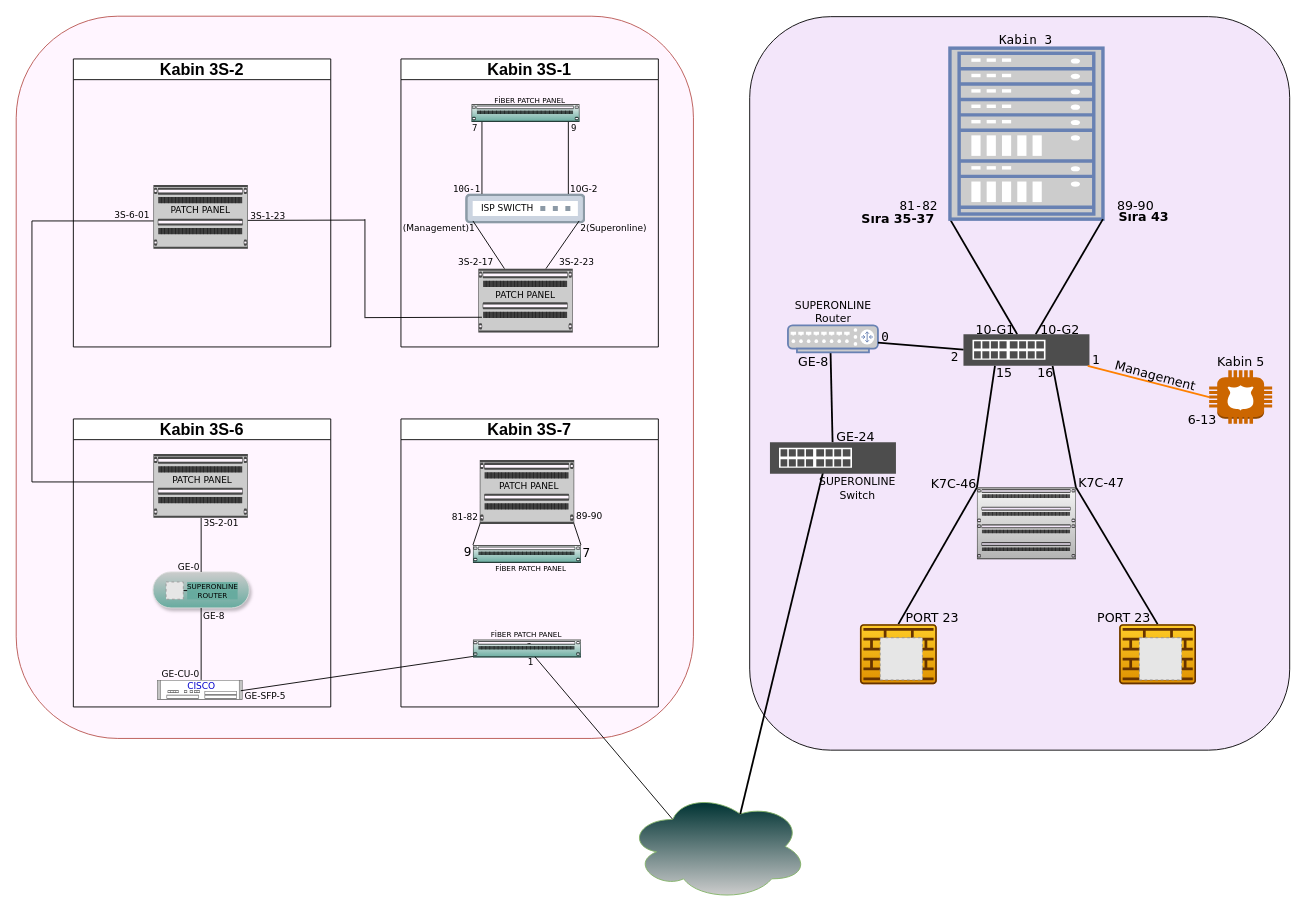
Before: Başlıksız Diyagram.drawio in seozdemir/draw.io, a draw.io diagram. Source tidied: cells renumbered, new cells numbered last; positions are measured from the earlier drawing's top-left corner, leaving out a move shared by most shapes. Both pictures are drawn from the tidied source at 90%, with x=0, y=0 at pixel (-6, 26). Pictures stored in the file or linked from it are replaced by grey dashed boxes.
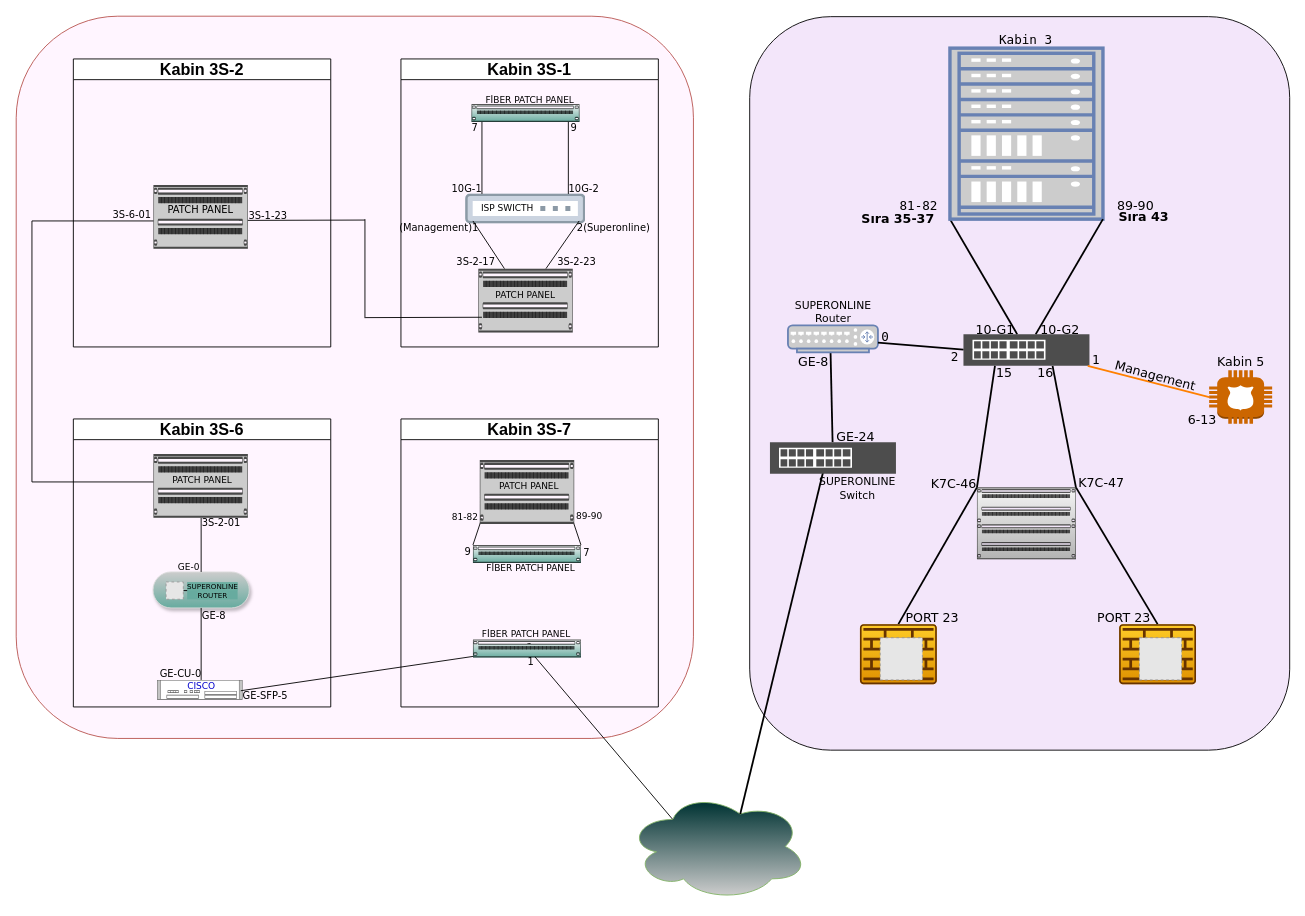
Above is the later version.

Unchanged cells that the change refers to:
```xml
<mxCell id="50" value="Kabin 3S-7" style="swimlane;whiteSpace=wrap;html=1;fontSize=18;" parent="1" vertex="1">
  <mxGeometry x="452" y="436" width="286" height="320" as="geometry" />
</mxCell>
<mxCell id="81" value="Kabin 3S-2" style="swimlane;whiteSpace=wrap;html=1;fontSize=18;" parent="1" vertex="1">
  <mxGeometry x="88" y="36" width="286" height="320" as="geometry" />
</mxCell>
<mxCell id="89" value="Kabin 3S-1" style="swimlane;whiteSpace=wrap;html=1;fontSize=18;" parent="1" vertex="1">
  <mxGeometry x="452" y="36" width="286" height="320" as="geometry" />
</mxCell>
```

What changed in the source:
```diff
@@
-    <mxCell id="54" value="&lt;font face=&quot;Lucida Console&quot; style=&quot;font-size: 14px;&quot;&gt;9&lt;/font&gt;" style="text;html=1;align=center;verticalAlign=middle;strokeColor=none;fillColor=none;" parent="50" vertex="1">
+    <mxCell id="54" value="&lt;font face=&quot;Verdana&quot; style=&quot;font-size: 11px;&quot;&gt;9&lt;/font&gt;" style="text;html=1;align=center;verticalAlign=middle;strokeColor=none;fillColor=none;" parent="50" vertex="1">
       <mxGeometry x="59" y="133" width="30" height="30" as="geometry" />
     </mxCell>
@@
-    <mxCell id="56" value="&lt;font face=&quot;Verdana&quot; style=&quot;font-size: 10px;&quot;&gt;1&lt;/font&gt;" style="text;html=1;align=center;verticalAlign=middle;strokeColor=none;fillColor=none;" parent="50" vertex="1">
+    <mxCell id="56" value="&lt;font face=&quot;Verdana&quot; style=&quot;font-size: 11px;&quot;&gt;1&lt;/font&gt;" style="text;html=1;align=center;verticalAlign=middle;strokeColor=none;fillColor=none;" parent="50" vertex="1">
       <mxGeometry x="129" y="255" width="30" height="30" as="geometry" />
     </mxCell>
-    <mxCell id="57" value="&lt;font style=&quot;font-size: 8px;&quot; face=&quot;Verdana&quot;&gt;FİBER PATCH PANEL&lt;/font&gt;" style="text;html=1;align=center;verticalAlign=middle;strokeColor=none;fillColor=none;" parent="50" vertex="1">
-      <mxGeometry x="94" y="150" width="100" height="30" as="geometry" />
+    <mxCell id="57" value="&lt;font style=&quot;font-size: 10px;&quot; face=&quot;Verdana&quot;&gt;FİBER PATCH PANEL&lt;/font&gt;" style="text;html=1;align=center;verticalAlign=middle;strokeColor=none;fillColor=none;" parent="50" vertex="1">
+      <mxGeometry x="79" y="150" width="130" height="30" as="geometry" />
     </mxCell>
@@
-    <mxCell id="62" value="&lt;font face=&quot;Lucida Console&quot; style=&quot;font-size: 14px;&quot;&gt;7&lt;/font&gt;" style="text;html=1;align=center;verticalAlign=middle;strokeColor=none;fillColor=none;" parent="1" vertex="1">
+    <mxCell id="62" value="&lt;font face=&quot;Verdana&quot; style=&quot;font-size: 11px;&quot;&gt;7&lt;/font&gt;" style="text;html=1;align=center;verticalAlign=middle;strokeColor=none;fillColor=none;" parent="1" vertex="1">
       <mxGeometry x="643.1" y="569.5" width="30" height="30" as="geometry" />
     </mxCell>
@@
-    <mxCell id="73" value="&lt;font face=&quot;Verdana&quot; style=&quot;font-size: 10px;&quot;&gt;GE-SFP-5&lt;/font&gt;" style="text;html=1;align=center;verticalAlign=middle;strokeColor=none;fillColor=none;" parent="1" vertex="1">
-      <mxGeometry x="266" y="729" width="70" height="30" as="geometry" />
+    <mxCell id="73" value="&lt;font face=&quot;Verdana&quot; style=&quot;font-size: 11px;&quot;&gt;GE-SFP-5&lt;/font&gt;" style="text;html=1;align=center;verticalAlign=middle;strokeColor=none;fillColor=none;" parent="1" vertex="1">
+      <mxGeometry x="261" y="729" width="80" height="30" as="geometry" />
     </mxCell>
@@
-    <mxCell id="76" value="&lt;font face=&quot;Verdana&quot; style=&quot;font-size: 10px;&quot;&gt;GE-CU-0&lt;/font&gt;" style="text;html=1;align=center;verticalAlign=middle;strokeColor=none;fillColor=none;" parent="1" vertex="1">
+    <mxCell id="76" value="&lt;font face=&quot;Verdana&quot; style=&quot;font-size: 11px;&quot;&gt;GE-CU-0&lt;/font&gt;" style="text;html=1;align=center;verticalAlign=middle;strokeColor=none;fillColor=none;" parent="1" vertex="1">
       <mxGeometry x="172" y="704" width="70" height="30" as="geometry" />
     </mxCell>
-    <mxCell id="77" value="&lt;font face=&quot;Verdana&quot; style=&quot;font-size: 10px;&quot;&gt;GE-8&lt;/font&gt;" style="text;html=1;align=center;verticalAlign=middle;strokeColor=none;fillColor=none;" parent="1" vertex="1">
+    <mxCell id="77" value="&lt;font face=&quot;Verdana&quot; style=&quot;font-size: 11px;&quot;&gt;GE-8&lt;/font&gt;" style="text;html=1;align=center;verticalAlign=middle;strokeColor=none;fillColor=none;" parent="1" vertex="1">
       <mxGeometry x="219" y="640" width="50" height="30" as="geometry" />
     </mxCell>
@@
-    <mxCell id="80" value="&lt;span style=&quot;font-size: 10px;&quot;&gt;&lt;font face=&quot;Verdana&quot;&gt;3S-2-01&lt;/font&gt;&lt;/span&gt;" style="text;html=1;align=center;verticalAlign=middle;strokeColor=none;fillColor=none;" parent="1" vertex="1">
-      <mxGeometry x="222" y="536.5" width="60" height="30" as="geometry" />
+    <mxCell id="80" value="&lt;font style=&quot;font-size: 11px;&quot; face=&quot;Verdana&quot;&gt;3S-2-01&lt;/font&gt;" style="text;html=1;align=center;verticalAlign=middle;strokeColor=none;fillColor=none;" parent="1" vertex="1">
+      <mxGeometry x="217" y="536.5" width="70" height="30" as="geometry" />
     </mxCell>
@@
-    <mxCell id="83" value="&lt;span style=&quot;font-size: 10px;&quot;&gt;&lt;font face=&quot;Verdana&quot;&gt;3S-6-01&lt;/font&gt;&lt;/span&gt;" style="text;html=1;align=center;verticalAlign=middle;strokeColor=none;fillColor=none;" parent="81" vertex="1">
-      <mxGeometry x="35" y="158" width="60" height="30" as="geometry" />
+    <mxCell id="83" value="&lt;font style=&quot;font-size: 11px;&quot; face=&quot;Verdana&quot;&gt;3S-6-01&lt;/font&gt;" style="text;html=1;align=center;verticalAlign=middle;strokeColor=none;fillColor=none;" parent="81" vertex="1">
+      <mxGeometry x="30" y="158" width="70" height="30" as="geometry" />
     </mxCell>
@@
-    <mxCell id="93" value="&lt;font face=&quot;Lucida Console&quot; style=&quot;font-size: 10px;&quot;&gt;7&lt;/font&gt;" style="text;html=1;align=center;verticalAlign=middle;strokeColor=none;fillColor=none;" parent="89" vertex="1">
+    <mxCell id="93" value="&lt;font face=&quot;Verdana&quot; style=&quot;font-size: 11px;&quot;&gt;7&lt;/font&gt;" style="text;html=1;align=center;verticalAlign=middle;strokeColor=none;fillColor=none;" parent="89" vertex="1">
       <mxGeometry x="67" y="62" width="30" height="30" as="geometry" />
     </mxCell>
-    <mxCell id="94" value="&lt;font face=&quot;Lucida Console&quot; style=&quot;font-size: 10px;&quot;&gt;9&lt;/font&gt;" style="text;html=1;align=center;verticalAlign=middle;strokeColor=none;fillColor=none;" parent="89" vertex="1">
+    <mxCell id="94" value="&lt;font face=&quot;Verdana&quot; style=&quot;font-size: 11px;&quot;&gt;9&lt;/font&gt;" style="text;html=1;align=center;verticalAlign=middle;strokeColor=none;fillColor=none;" parent="89" vertex="1">
       <mxGeometry x="177" y="62" width="30" height="30" as="geometry" />
     </mxCell>
@@
-    <mxCell id="96" value="&lt;font style=&quot;font-size: 8px;&quot; face=&quot;Verdana&quot;&gt;FİBER PATCH PANEL&lt;/font&gt;" style="text;html=1;align=center;verticalAlign=middle;strokeColor=none;fillColor=none;" parent="89" vertex="1">
-      <mxGeometry x="93" y="30" width="100" height="30" as="geometry" />
+    <mxCell id="96" value="&lt;font style=&quot;font-size: 10px;&quot; face=&quot;Verdana&quot;&gt;FİBER PATCH PANEL&lt;/font&gt;" style="text;html=1;align=center;verticalAlign=middle;strokeColor=none;fillColor=none;" parent="89" vertex="1">
+      <mxGeometry x="78" y="30" width="130" height="30" as="geometry" />
     </mxCell>
-    <mxCell id="97" value="&lt;span style=&quot;font-size: 10px;&quot;&gt;&lt;font face=&quot;Verdana&quot;&gt;3S-1-23&lt;/font&gt;&lt;/span&gt;" style="text;html=1;align=center;verticalAlign=middle;strokeColor=none;fillColor=none;" parent="1" vertex="1">
-      <mxGeometry x="274" y="195" width="60" height="30" as="geometry" />
+    <mxCell id="97" value="&lt;font style=&quot;font-size: 11px;&quot; face=&quot;Verdana&quot;&gt;3S-1-23&lt;/font&gt;" style="text;html=1;align=center;verticalAlign=middle;strokeColor=none;fillColor=none;" parent="1" vertex="1">
+      <mxGeometry x="269" y="195" width="70" height="30" as="geometry" />
     </mxCell>
@@
-    <mxCell id="101" value="&lt;span style=&quot;font-size: 10px;&quot;&gt;&lt;font face=&quot;Verdana&quot;&gt;3S-2-17&lt;/font&gt;&lt;/span&gt;" style="text;html=1;align=center;verticalAlign=middle;strokeColor=none;fillColor=none;" parent="1" vertex="1">
-      <mxGeometry x="504.5" y="246.9" width="60" height="30" as="geometry" />
+    <mxCell id="101" value="&lt;font style=&quot;font-size: 11px;&quot; face=&quot;Verdana&quot;&gt;3S-2-17&lt;/font&gt;" style="text;html=1;align=center;verticalAlign=middle;strokeColor=none;fillColor=none;" parent="1" vertex="1">
+      <mxGeometry x="499.5" y="246.9" width="70" height="30" as="geometry" />
     </mxCell>
-    <mxCell id="102" value="&lt;span style=&quot;font-size: 10px;&quot;&gt;&lt;font face=&quot;Verdana&quot;&gt;3S-2-23&lt;/font&gt;&lt;/span&gt;" style="text;html=1;align=center;verticalAlign=middle;strokeColor=none;fillColor=none;" parent="1" vertex="1">
-      <mxGeometry x="617" y="246.9" width="60" height="30" as="geometry" />
+    <mxCell id="102" value="&lt;font style=&quot;font-size: 11px;&quot; face=&quot;Verdana&quot;&gt;3S-2-23&lt;/font&gt;" style="text;html=1;align=center;verticalAlign=middle;strokeColor=none;fillColor=none;" parent="1" vertex="1">
+      <mxGeometry x="612" y="246.9" width="70" height="30" as="geometry" />
     </mxCell>
-    <mxCell id="103" value="&lt;span style=&quot;font-size: 10px;&quot;&gt;&lt;font face=&quot;Verdana&quot;&gt;(Management)1&lt;/font&gt;&lt;/span&gt;" style="text;html=1;align=center;verticalAlign=middle;strokeColor=none;fillColor=none;" parent="1" vertex="1">
-      <mxGeometry x="444" y="208.9" width="100" height="30" as="geometry" />
+    <mxCell id="103" value="&lt;font style=&quot;font-size: 11px;&quot; face=&quot;Verdana&quot;&gt;(Management)1&lt;/font&gt;" style="text;html=1;align=center;verticalAlign=middle;strokeColor=none;fillColor=none;" parent="1" vertex="1">
+      <mxGeometry x="439" y="208.9" width="110" height="30" as="geometry" />
     </mxCell>
@@
-    <mxCell id="106" value="&lt;font face=&quot;Lucida Console&quot;&gt;&lt;span style=&quot;font-size: 10px;&quot;&gt;10G-1&lt;/span&gt;&lt;/font&gt;" style="text;html=1;align=center;verticalAlign=middle;strokeColor=none;fillColor=none;" parent="1" vertex="1">
-      <mxGeometry x="499.6" y="165" width="50" height="30" as="geometry" />
+    <mxCell id="106" value="&lt;font face=&quot;Verdana&quot; style=&quot;font-size: 11px;&quot;&gt;10G-1&lt;/font&gt;" style="text;html=1;align=center;verticalAlign=middle;strokeColor=none;fillColor=none;" parent="1" vertex="1">
+      <mxGeometry x="494.6" y="165" width="60" height="30" as="geometry" />
     </mxCell>
-    <mxCell id="107" value="&lt;span style=&quot;font-size: 10px;&quot;&gt;&lt;font face=&quot;Verdana&quot;&gt;10G-2&lt;/font&gt;&lt;/span&gt;" style="text;html=1;align=center;verticalAlign=middle;strokeColor=none;fillColor=none;" parent="1" vertex="1">
-      <mxGeometry x="630" y="165" width="50" height="30" as="geometry" />
+    <mxCell id="107" value="&lt;font style=&quot;font-size: 11px;&quot; face=&quot;Verdana&quot;&gt;10G-2&lt;/font&gt;" style="text;html=1;align=center;verticalAlign=middle;strokeColor=none;fillColor=none;" parent="1" vertex="1">
+      <mxGeometry x="625" y="165" width="60" height="30" as="geometry" />
     </mxCell>
-    <mxCell id="108" value="&lt;span style=&quot;font-size: 10px;&quot;&gt;&lt;font face=&quot;Verdana&quot;&gt;PATCH PANEL&lt;/font&gt;&lt;/span&gt;" style="text;html=1;align=center;verticalAlign=middle;strokeColor=none;fillColor=none;" parent="1" vertex="1">
-      <mxGeometry x="183.5" y="189.4" width="90" height="30" as="geometry" />
+    <mxCell id="108" value="&lt;font style=&quot;font-size: 11px;&quot; face=&quot;Verdana&quot;&gt;PATCH PANEL&lt;/font&gt;" style="text;html=1;align=center;verticalAlign=middle;strokeColor=none;fillColor=none;" parent="1" vertex="1">
+      <mxGeometry x="178.5" y="189.4" width="100" height="30" as="geometry" />
     </mxCell>
@@
-    <mxCell id="111" value="&lt;font style=&quot;font-size: 8px;&quot; face=&quot;Verdana&quot;&gt;FİBER PATCH PANEL&lt;/font&gt;" style="text;html=1;align=center;verticalAlign=middle;strokeColor=none;fillColor=none;" parent="1" vertex="1">
-      <mxGeometry x="541" y="660" width="100" height="30" as="geometry" />
+    <mxCell id="111" value="&lt;font style=&quot;font-size: 10px;&quot; face=&quot;Verdana&quot;&gt;FİBER PATCH PANEL&lt;/font&gt;" style="text;html=1;align=center;verticalAlign=middle;strokeColor=none;fillColor=none;" parent="1" vertex="1">
+      <mxGeometry x="526" y="660" width="130" height="30" as="geometry" />
     </mxCell>
@@
-    <mxCell id="113" value="&lt;font face=&quot;Verdana&quot; style=&quot;font-size: 10px;&quot;&gt;2(Superonline)&lt;/font&gt;" style="text;html=1;align=center;verticalAlign=middle;strokeColor=none;fillColor=none;" parent="1" vertex="1">
-      <mxGeometry x="638" y="208.9" width="100" height="30" as="geometry" />
+    <mxCell id="113" value="&lt;font face=&quot;Verdana&quot; style=&quot;font-size: 11px;&quot;&gt;2(Superonline)&lt;/font&gt;" style="text;html=1;align=center;verticalAlign=middle;strokeColor=none;fillColor=none;" parent="1" vertex="1">
+      <mxGeometry x="633" y="208.9" width="110" height="30" as="geometry" />
     </mxCell>
```
